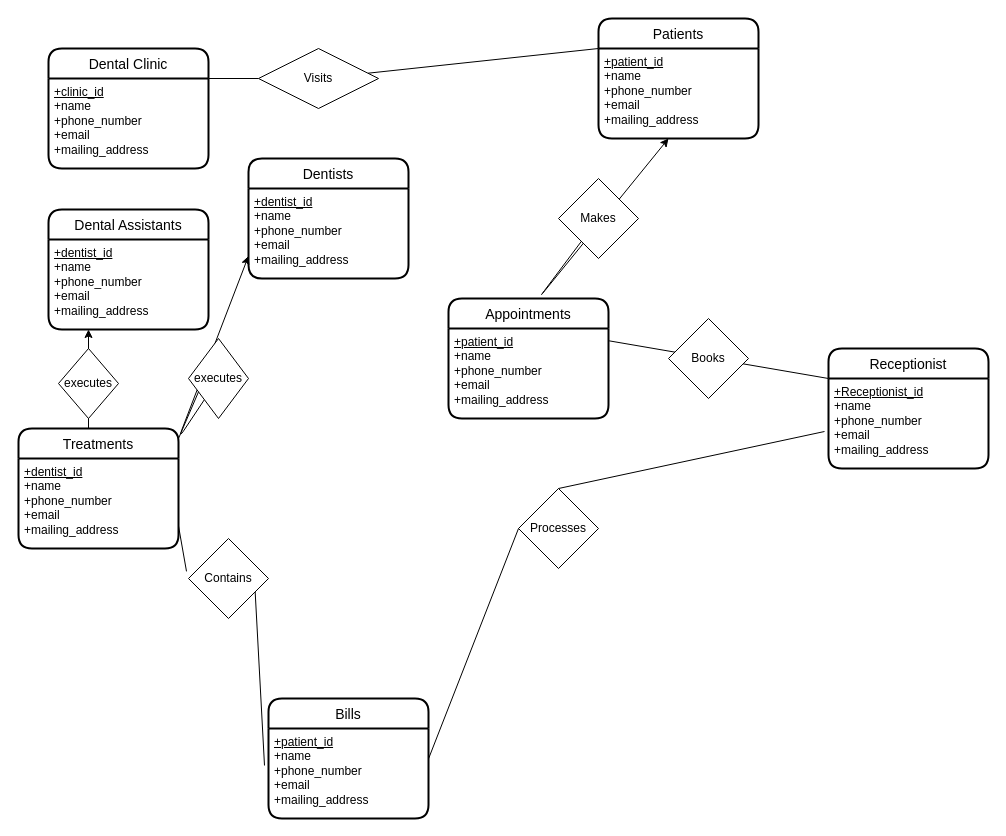
Before: MyDentalClinicDiagram.drawio in gituser514/Diagram, a draw.io diagram. Source tidied: cells renumbered, new cells numbered last; positions are measured from the earlier drawing's top-left corner, leaving out a move shared by most shapes. Both pictures are drawn from the tidied source at 100%, with x=0, y=0 at pixel (18, 18).
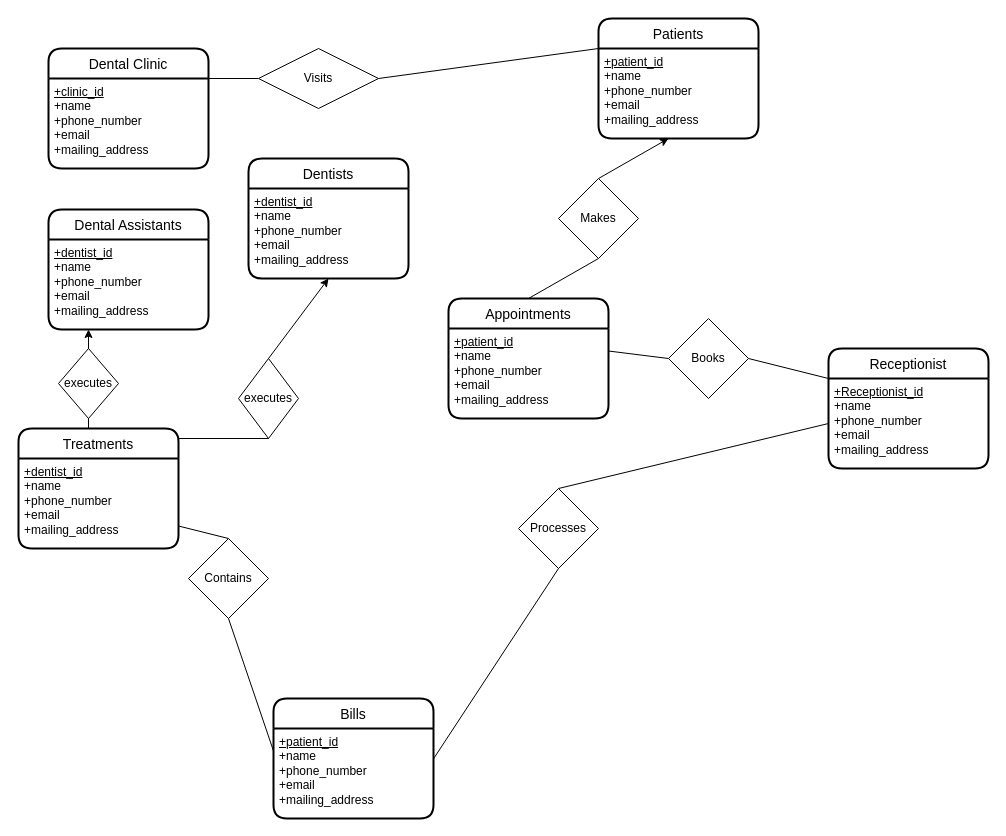
After the change.

The change refers to these unchanged cells:
```xml
<mxCell id="5" value="&lt;u&gt;+dentist_id&lt;/u&gt;&lt;br&gt;+name&lt;br&gt;&lt;div&gt;+phone_number&lt;/div&gt;&lt;div&gt;+email&lt;/div&gt;&lt;div&gt;+mailing_address&lt;br&gt;&lt;/div&gt;" style="align=left;strokeColor=none;fillColor=none;spacingLeft=4;fontSize=12;verticalAlign=top;html=1;" parent="4" vertex="1">
  <mxGeometry y="30" width="160" height="90" as="geometry" />
</mxCell>
<mxCell id="7" value="&lt;u&gt;+patient_id&lt;/u&gt;&lt;br&gt;+name&lt;br&gt;&lt;div&gt;+phone_number&lt;/div&gt;&lt;div&gt;+email&lt;/div&gt;&lt;div&gt;+mailing_address&lt;br&gt;&lt;/div&gt;" style="align=left;strokeColor=none;fillColor=none;spacingLeft=4;fontSize=12;verticalAlign=top;html=1;" parent="6" vertex="1">
  <mxGeometry y="30" width="160" height="90" as="geometry" />
</mxCell>
<mxCell id="11" value="&lt;u&gt;+dentist_id&lt;/u&gt;&lt;br&gt;+name&lt;br&gt;&lt;div&gt;+phone_number&lt;/div&gt;&lt;div&gt;+email&lt;/div&gt;&lt;div&gt;+mailing_address&lt;br&gt;&lt;/div&gt;" style="align=left;strokeColor=none;fillColor=none;spacingLeft=4;fontSize=12;verticalAlign=top;html=1;" parent="10" vertex="1">
  <mxGeometry y="30" width="160" height="90" as="geometry" />
</mxCell>
<mxCell id="12" value="Appointments" style="swimlane;horizontal=1;startSize=30;rounded=1;fontSize=14;fontStyle=0;strokeWidth=2;shadow=0;dashed=0;align=center;" parent="1" vertex="1">
  <mxGeometry x="430" y="280" width="160" height="120" as="geometry" />
</mxCell>
<mxCell id="13" value="&lt;u&gt;+patient_id&lt;/u&gt;&lt;br&gt;+name&lt;br&gt;&lt;div&gt;+phone_number&lt;/div&gt;&lt;div&gt;+email&lt;/div&gt;&lt;div&gt;+mailing_address&lt;br&gt;&lt;/div&gt;" style="align=left;strokeColor=none;fillColor=none;spacingLeft=4;fontSize=12;verticalAlign=top;html=1;" parent="12" vertex="1">
  <mxGeometry y="30" width="160" height="90" as="geometry" />
</mxCell>
<mxCell id="15" value="&lt;u&gt;+patient_id&lt;/u&gt;&lt;br&gt;+name&lt;br&gt;&lt;div&gt;+phone_number&lt;/div&gt;&lt;div&gt;+email&lt;/div&gt;&lt;div&gt;+mailing_address&lt;br&gt;&lt;/div&gt;" style="align=left;strokeColor=none;fillColor=none;spacingLeft=4;fontSize=12;verticalAlign=top;html=1;" parent="14" vertex="1">
  <mxGeometry y="30" width="160" height="90" as="geometry" />
</mxCell>
<mxCell id="18" value="Visits" style="shape=rhombus;perimeter=rhombusPerimeter;whiteSpace=wrap;html=1;align=center;" parent="1" vertex="1">
  <mxGeometry x="240" y="30" width="120" height="60" as="geometry" />
</mxCell>
<mxCell id="20" value="&lt;u&gt;+Receptionist_id&lt;/u&gt;&lt;br&gt;+name&lt;br&gt;&lt;div&gt;+phone_number&lt;/div&gt;&lt;div&gt;+email&lt;/div&gt;&lt;div&gt;+mailing_address&lt;br&gt;&lt;/div&gt;" style="align=left;strokeColor=none;fillColor=none;spacingLeft=4;fontSize=12;verticalAlign=top;html=1;" parent="19" vertex="1">
  <mxGeometry y="30" width="160" height="90" as="geometry" />
</mxCell>
<mxCell id="21" value="Processes" style="rhombus;whiteSpace=wrap;html=1;rounded=0;sketch=0;" parent="1" vertex="1">
  <mxGeometry x="500" y="470" width="80" height="80" as="geometry" />
</mxCell>
<mxCell id="30" value="Makes" style="rhombus;whiteSpace=wrap;html=1;rounded=0;sketch=0;" parent="1" vertex="1">
  <mxGeometry x="540" y="160" width="80" height="80" as="geometry" />
</mxCell>
<mxCell id="31" value="Contains" style="rhombus;whiteSpace=wrap;html=1;rounded=0;sketch=0;" parent="1" vertex="1">
  <mxGeometry x="170" y="520" width="80" height="80" as="geometry" />
</mxCell>
<mxCell id="35" value="Books" style="rhombus;whiteSpace=wrap;html=1;rounded=0;sketch=0;" parent="1" vertex="1">
  <mxGeometry x="650" y="300" width="80" height="80" as="geometry" />
</mxCell>
```

Diff of the diagram source:
```diff
@@
     <mxCell id="14" value="Bills" style="swimlane;horizontal=1;startSize=30;rounded=1;fontSize=14;fontStyle=0;strokeWidth=2;shadow=0;align=center;fillColor=none;" parent="1" vertex="1">
-      <mxGeometry x="250" y="680" width="160" height="120" as="geometry" />
+      <mxGeometry x="255" y="680" width="160" height="120" as="geometry" />
     </mxCell>
@@
-    <mxCell id="17" style="edgeStyle=none;rounded=0;jettySize=auto;html=1;entryX=0;entryY=0;entryDx=0;entryDy=0;endArrow=none;endFill=0;" parent="1" edge="1" source="18" target="7">
+    <mxCell id="17" style="edgeStyle=none;rounded=0;jettySize=auto;html=1;entryX=0;entryY=0;entryDx=0;entryDy=0;endArrow=none;endFill=0;exitX=1;exitY=0.5;exitDx=0;exitDy=0;" parent="1" edge="1" source="18" target="7">
       <mxGeometry relative="1" as="geometry" />
     </mxCell>
@@
-    <mxCell id="22" style="endArrow=none;html=1;rounded=1;sketch=0;curved=0;entryX=0;entryY=0.5;entryDx=0;entryDy=0;exitX=1;exitY=0.337;exitDx=0;exitDy=0;exitPerimeter=0;" parent="1" edge="1" source="15" target="21">
+    <mxCell id="22" style="endArrow=none;html=1;rounded=1;sketch=0;curved=0;entryX=0.5;entryY=1;entryDx=0;entryDy=0;exitX=1;exitY=0.337;exitDx=0;exitDy=0;exitPerimeter=0;" parent="1" edge="1" source="15" target="21">
       <mxGeometry relative="1" as="geometry" />
     </mxCell>
@@
-    <mxCell id="24" style="endArrow=classic;html=1;rounded=1;sketch=0;curved=0;entryX=0;entryY=0.75;entryDx=0;entryDy=0;startArrow=none;" parent="1" edge="1" source="27" target="5">
-      <mxGeometry relative="1" as="geometry">
-        <Array as="points">
-          <mxPoint x="160" y="420" />
-        </Array>
-      </mxGeometry>
+    <mxCell id="24" style="endArrow=classic;html=1;rounded=1;sketch=0;curved=0;entryX=0.5;entryY=1;entryDx=0;entryDy=0;startArrow=none;exitX=0.5;exitY=0;exitDx=0;exitDy=0;" parent="1" edge="1" source="27" target="5">
+      <mxGeometry relative="1" as="geometry" />
     </mxCell>
-    <mxCell id="25" style="endArrow=none;html=1;rounded=1;sketch=0;curved=0;exitX=1;exitY=0.75;exitDx=0;exitDy=0;entryX=-0.025;entryY=0.411;entryDx=0;entryDy=0;entryPerimeter=0;startArrow=none;" parent="1" edge="1" source="31" target="15">
+    <mxCell id="25" style="endArrow=none;html=1;rounded=1;sketch=0;curved=0;exitX=0.5;exitY=1;exitDx=0;exitDy=0;entryX=0;entryY=0.25;entryDx=0;entryDy=0;startArrow=none;" parent="1" edge="1" source="31" target="15">
       <mxGeometry relative="1" as="geometry" />
     </mxCell>
@@
     <mxCell id="27" value="executes" style="rhombus;whiteSpace=wrap;html=1;rounded=0;sketch=0;" parent="1" vertex="1">
-      <mxGeometry x="170" y="320" width="60" height="80" as="geometry" />
+      <mxGeometry x="220" y="340" width="60" height="80" as="geometry" />
     </mxCell>
-    <mxCell id="28" style="endArrow=none;html=1;rounded=1;sketch=0;curved=0;entryX=0;entryY=0.75;entryDx=0;entryDy=0;" parent="1" edge="1" target="27">
+    <mxCell id="28" style="endArrow=none;html=1;rounded=1;sketch=0;curved=0;entryX=0.5;entryY=1;entryDx=0;entryDy=0;" parent="1" edge="1" target="27">
       <mxGeometry relative="1" as="geometry">
         <mxPoint x="160" y="420" as="sourcePoint" />
       </mxGeometry>
     </mxCell>
-    <mxCell id="29" style="endArrow=classic;html=1;rounded=1;sketch=0;curved=0;" parent="1" edge="1" source="30">
+    <mxCell id="29" style="endArrow=classic;html=1;rounded=1;sketch=0;curved=0;exitX=0.5;exitY=0;exitDx=0;exitDy=0;" parent="1" edge="1" source="30">
       <mxGeometry relative="1" as="geometry">
         <mxPoint x="650" y="120" as="targetPoint" />
-        <Array as="points">
-          <mxPoint x="520" y="280" />
-        </Array>
       </mxGeometry>
     </mxCell>
+    <mxCell id="36" style="edgeStyle=none;rounded=0;jettySize=auto;html=1;entryX=0.5;entryY=0;entryDx=0;entryDy=0;endArrow=none;endFill=0;exitX=0.5;exitY=1;exitDx=0;exitDy=0;" parent="1" edge="1" source="30" target="12">
+      <mxGeometry relative="1" as="geometry" />
+    </mxCell>
@@
-    <mxCell id="32" style="endArrow=none;html=1;rounded=1;sketch=0;curved=0;exitX=1;exitY=0.75;exitDx=0;exitDy=0;entryX=-0.025;entryY=0.411;entryDx=0;entryDy=0;entryPerimeter=0;" parent="1" edge="1" source="11" target="31">
+    <mxCell id="32" style="endArrow=none;html=1;rounded=1;sketch=0;curved=0;exitX=1;exitY=0.75;exitDx=0;exitDy=0;entryX=0.5;entryY=0;entryDx=0;entryDy=0;" parent="1" edge="1" source="11" target="31">
       <mxGeometry relative="1" as="geometry" />
     </mxCell>
-    <mxCell id="33" style="endArrow=none;html=1;rounded=1;sketch=0;curved=0;entryX=-0.025;entryY=0.589;entryDx=0;entryDy=0;entryPerimeter=0;" parent="1" edge="1" target="20">
+    <mxCell id="33" style="endArrow=none;html=1;rounded=1;sketch=0;curved=0;entryX=0;entryY=0.5;entryDx=0;entryDy=0;" parent="1" edge="1" target="20">
       <mxGeometry relative="1" as="geometry">
         <mxPoint x="540" y="470" as="sourcePoint" />
       </mxGeometry>
     </mxCell>
-    <mxCell id="34" style="endArrow=none;html=1;rounded=1;sketch=0;curved=0;entryX=0;entryY=0;entryDx=0;entryDy=0;exitX=1.004;exitY=0.137;exitDx=0;exitDy=0;exitPerimeter=0;" parent="1" edge="1" source="13" target="20">
+    <mxCell id="34" style="endArrow=none;html=1;rounded=1;sketch=0;curved=0;entryX=0;entryY=0;entryDx=0;entryDy=0;exitX=1;exitY=0.5;exitDx=0;exitDy=0;" parent="1" edge="1" source="35" target="20">
       <mxGeometry relative="1" as="geometry" />
     </mxCell>
+    <mxCell id="37" style="rounded=0;jettySize=auto;html=1;entryX=1;entryY=0.25;entryDx=0;entryDy=0;endArrow=none;endFill=0;exitX=0;exitY=0.5;exitDx=0;exitDy=0;" parent="1" edge="1" source="35" target="13">
+      <mxGeometry relative="1" as="geometry" />
+    </mxCell>
```
